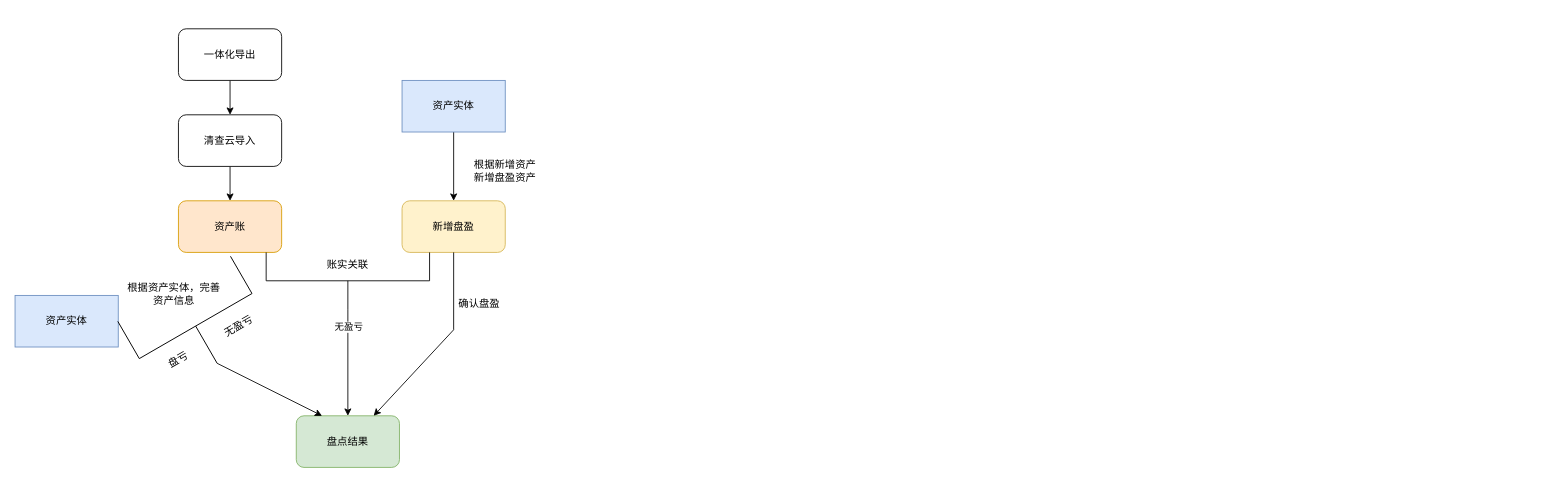
The draw.io diagram 清查云/清查云数据流向.drawio in g1823/Draw, before the edit. Source tidied: cells renumbered, new cells numbered last; positions are measured from the earlier drawing's top-left corner, leaving out a move shared by most shapes. Both pictures are drawn from the tidied source at 86%, with x=0, y=0 at pixel (15, 28).
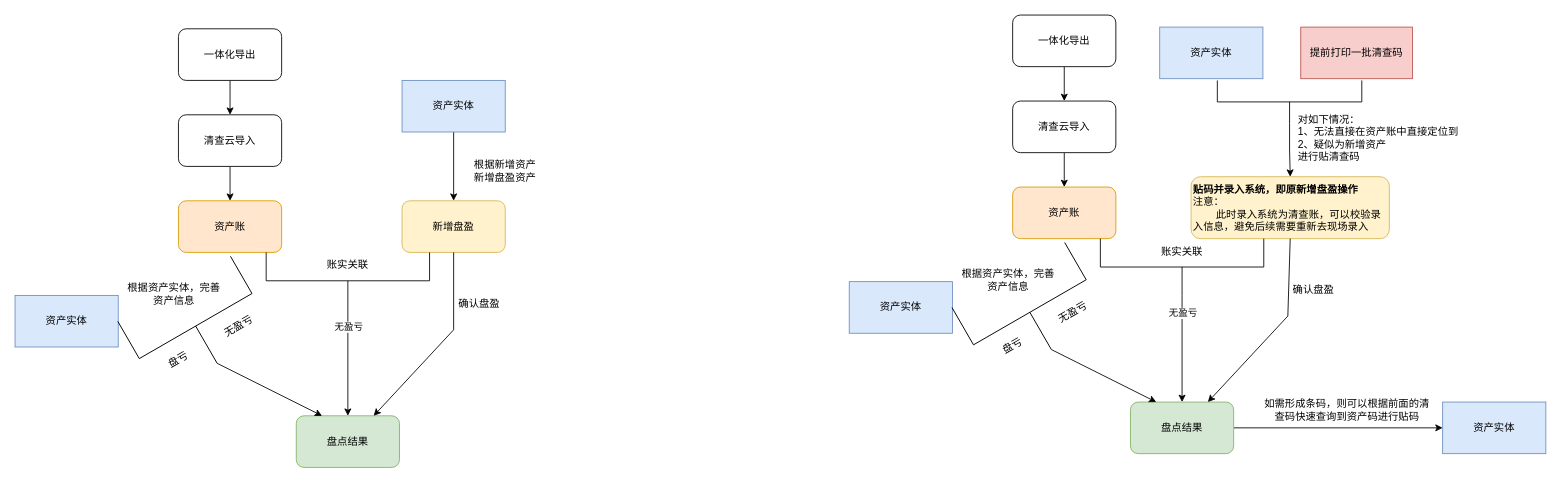
After the change.

Commit message:
更新清查云数据流向.drawio

Diff of the diagram source:
```diff
@@
+    <mxCell id="24" style="edgeStyle=orthogonalEdgeStyle;rounded=0;jettySize=auto;html=1;exitX=0.5;exitY=1;exitDx=0;exitDy=0;" parent="1" edge="1" source="25" target="27">
+      <mxGeometry relative="1" as="geometry" />
+    </mxCell>
+    <mxCell id="25" value="一体化导出" style="rounded=1;whiteSpace=wrap;html=1;" parent="1" vertex="1">
+      <mxGeometry x="1160" y="-16" width="120" height="60" as="geometry" />
+    </mxCell>
+    <mxCell id="26" style="edgeStyle=orthogonalEdgeStyle;rounded=0;jettySize=auto;html=1;exitX=0.5;exitY=1;exitDx=0;exitDy=0;" parent="1" edge="1" source="27" target="28">
+      <mxGeometry relative="1" as="geometry" />
+    </mxCell>
+    <mxCell id="27" value="清查云导入" style="rounded=1;whiteSpace=wrap;html=1;" parent="1" vertex="1">
+      <mxGeometry x="1160" y="84" width="120" height="60" as="geometry" />
+    </mxCell>
+    <mxCell id="28" value="资产账" style="rounded=1;whiteSpace=wrap;html=1;fillColor=#ffe6cc;strokeColor=#d79b00;" parent="1" vertex="1">
+      <mxGeometry x="1160" y="184" width="120" height="60" as="geometry" />
+    </mxCell>
+    <mxCell id="29" value="&lt;b&gt;贴码并录入系统，即原新增盘盈操作&lt;/b&gt;&lt;br&gt;&lt;div style=&quot;&quot;&gt;&lt;span style=&quot;background-color: initial;&quot;&gt;注意：&lt;/span&gt;&lt;/div&gt;&lt;div style=&quot;&quot;&gt;&lt;span style=&quot;background-color: initial;&quot;&gt;&lt;span style=&quot;white-space: pre;&quot;&gt;&#9;&lt;/span&gt;此时录入系统为清查账，可以校验录入信息，避免后续需要重新去现场录入&lt;/span&gt;&lt;/div&gt;" style="rounded=1;whiteSpace=wrap;html=1;fillColor=#fff2cc;strokeColor=#d6b656;align=left;" parent="1" vertex="1">
+      <mxGeometry x="1367.5" y="172" width="230.5" height="72" as="geometry" />
+    </mxCell>
+    <mxCell id="30" value="资产实体" style="rounded=0;whiteSpace=wrap;html=1;fillColor=#dae8fc;strokeColor=#6c8ebf;" parent="1" vertex="1">
+      <mxGeometry x="970" y="294" width="120" height="60" as="geometry" />
+    </mxCell>
+    <mxCell id="31" value="资产实体" style="rounded=0;whiteSpace=wrap;html=1;fillColor=#dae8fc;strokeColor=#6c8ebf;" parent="1" vertex="1">
+      <mxGeometry x="1331" y="-2" width="120" height="60" as="geometry" />
+    </mxCell>
+    <mxCell id="32" style="edgeStyle=orthogonalEdgeStyle;rounded=0;jettySize=auto;html=1;exitX=1;exitY=0.5;exitDx=0;exitDy=0;" parent="1" edge="1" source="33" target="49">
+      <mxGeometry relative="1" as="geometry" />
+    </mxCell>
+    <mxCell id="33" value="盘点结果" style="rounded=1;whiteSpace=wrap;html=1;fillColor=#d5e8d4;strokeColor=#82b366;" parent="1" vertex="1">
+      <mxGeometry x="1297" y="434" width="120" height="60" as="geometry" />
+    </mxCell>
+    <mxCell id="34" value="根据资产实体，完善资产信息" style="text;html=1;align=center;verticalAlign=middle;whiteSpace=wrap;rounded=0;" parent="1" vertex="1">
+      <mxGeometry x="1100" y="264" width="110" height="55" as="geometry" />
+    </mxCell>
+    <mxCell id="35" value="对如下情况：&lt;br&gt;1、无法直接在资产账中直接定位到&lt;br&gt;2、疑似为新增资产&lt;br&gt;进行贴清查码" style="text;html=1;align=left;verticalAlign=middle;whiteSpace=wrap;rounded=0;" parent="1" vertex="1">
+      <mxGeometry x="1490" y="92" width="209" height="70" as="geometry" />
+    </mxCell>
+    <mxCell id="36" style="endArrow=classic;html=1;rounded=0;exitX=0.5;exitY=1;exitDx=0;exitDy=0;entryX=0.75;entryY=0;entryDx=0;entryDy=0;" parent="1" edge="1" source="29" target="33">
+      <mxGeometry relative="1" as="geometry">
+        <Array as="points">
+          <mxPoint x="1480" y="334" />
+        </Array>
+      </mxGeometry>
+    </mxCell>
+    <mxCell id="37" value="确认盘盈" style="text;html=1;align=center;verticalAlign=middle;whiteSpace=wrap;rounded=0;" parent="1" vertex="1">
+      <mxGeometry x="1480" y="289" width="60" height="30" as="geometry" />
+    </mxCell>
+    <mxCell id="38" style="strokeWidth=1;html=1;shape=mxgraph.flowchart.annotation_2;align=left;labelPosition=right;rotation=-120;" parent="1" vertex="1">
+      <mxGeometry x="1130" y="254" width="100" height="151.3" as="geometry" />
+    </mxCell>
+    <mxCell id="39" style="endArrow=classic;html=1;rounded=0;exitX=0;exitY=0.5;exitDx=0;exitDy=0;exitPerimeter=0;entryX=0.25;entryY=0;entryDx=0;entryDy=0;" parent="1" edge="1" source="38" target="33">
+      <mxGeometry relative="1" as="geometry" />
+    </mxCell>
+    <mxCell id="40" style="edgeStyle=orthogonalEdgeStyle;rounded=0;jettySize=auto;html=1;exitX=0;exitY=0.5;exitDx=0;exitDy=0;exitPerimeter=0;" parent="1" edge="1" source="42" target="33">
+      <mxGeometry relative="1" as="geometry" />
+    </mxCell>
+    <mxCell id="41" value="无盈亏" style="edgeLabel;html=1;align=center;verticalAlign=middle;" parent="40" vertex="1">
+      <mxGeometry x="-0.68" relative="1" as="geometry" />
+    </mxCell>
+    <mxCell id="42" style="strokeWidth=1;html=1;shape=mxgraph.flowchart.annotation_2;align=left;labelPosition=right;rotation=-90;" parent="1" vertex="1">
+      <mxGeometry x="1324" y="182" width="66" height="190" as="geometry" />
+    </mxCell>
+    <mxCell id="43" value="账实关联" style="text;html=1;align=center;verticalAlign=middle;whiteSpace=wrap;rounded=0;" parent="1" vertex="1">
+      <mxGeometry x="1327" y="244" width="60" height="30" as="geometry" />
+    </mxCell>
+    <mxCell id="44" value="盘亏" style="text;html=1;align=center;verticalAlign=middle;whiteSpace=wrap;rounded=0;rotation=-30;" parent="1" vertex="1">
+      <mxGeometry x="1130" y="354" width="60" height="30" as="geometry" />
+    </mxCell>
+    <mxCell id="45" value="无盈亏" style="text;html=1;align=center;verticalAlign=middle;whiteSpace=wrap;rounded=0;rotation=-30;" parent="1" vertex="1">
+      <mxGeometry x="1200" y="314.7" width="60" height="30" as="geometry" />
+    </mxCell>
+    <mxCell id="46" value="提前打印一批清查码" style="rounded=0;whiteSpace=wrap;html=1;fillColor=#f8cecc;strokeColor=#b85450;" parent="1" vertex="1">
+      <mxGeometry x="1495" y="-2" width="130" height="60" as="geometry" />
+    </mxCell>
+    <mxCell id="47" style="edgeStyle=orthogonalEdgeStyle;rounded=0;jettySize=auto;html=1;exitX=0;exitY=0.5;exitDx=0;exitDy=0;exitPerimeter=0;" parent="1" edge="1" source="48" target="29">
+      <mxGeometry relative="1" as="geometry" />
+    </mxCell>
+    <mxCell id="48" style="strokeWidth=1;html=1;shape=mxgraph.flowchart.annotation_2;align=left;labelPosition=right;rotation=-90;" parent="1" vertex="1">
+      <mxGeometry x="1457" y="1" width="50" height="168" as="geometry" />
+    </mxCell>
+    <mxCell id="49" value="资产实体" style="rounded=0;whiteSpace=wrap;html=1;fillColor=#dae8fc;strokeColor=#6c8ebf;" parent="1" vertex="1">
+      <mxGeometry x="1660" y="434" width="120" height="60" as="geometry" />
+    </mxCell>
+    <mxCell id="50" value="如需形成条码，则可以根据前面的清查码快速查询到资产码进行贴码" style="text;html=1;align=center;verticalAlign=middle;whiteSpace=wrap;rounded=0;" parent="1" vertex="1">
+      <mxGeometry x="1448" y="428" width="202" height="30" as="geometry" />
+    </mxCell>
```
